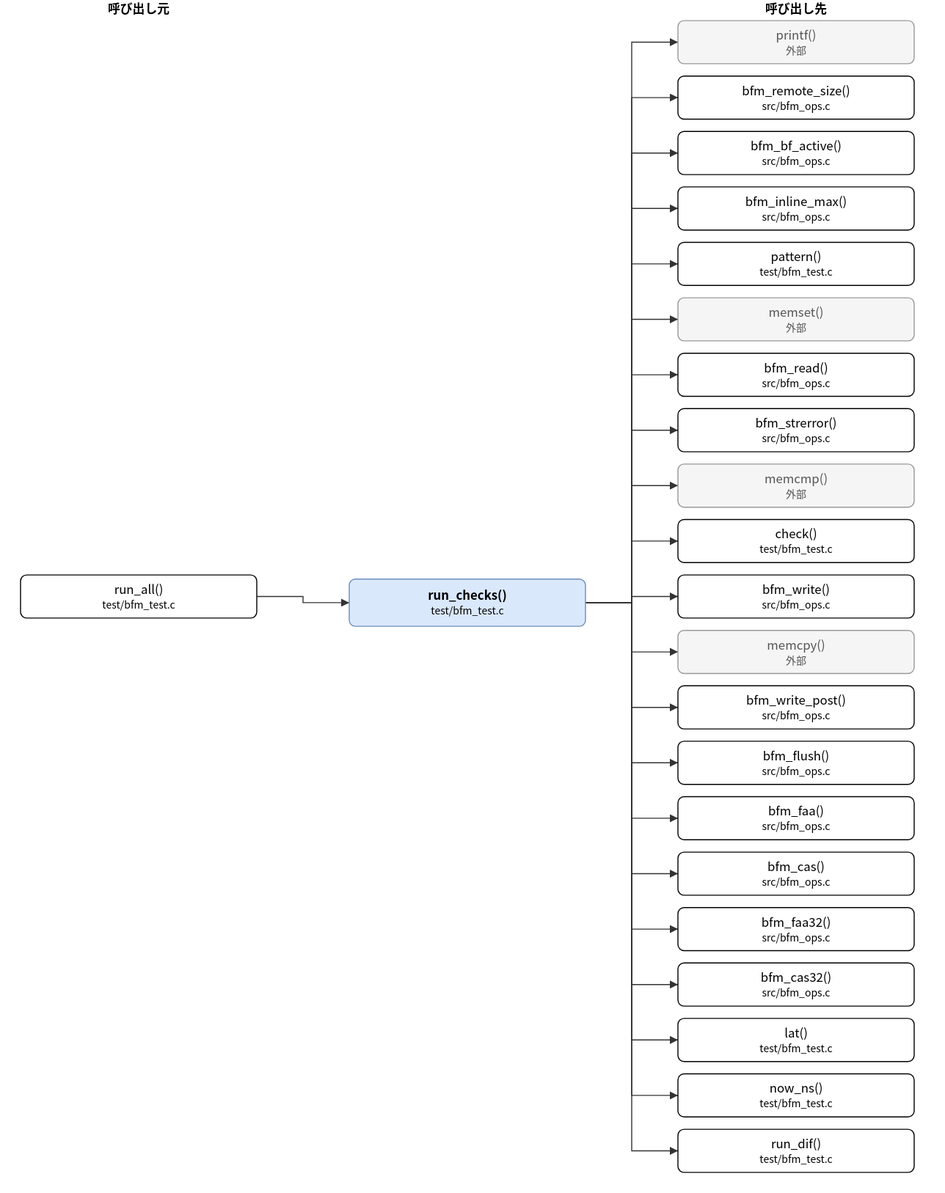
This is doc/spec/images/call_test_bfm_test-run_checks.drawio.svg from hf355051012-ai/bfmem, a draw.io export, as it was before one commit. Source tidied: cells renumbered, new cells last; positions are measured from the earlier drawing's top-left corner, leaving out a move shared by most shapes.
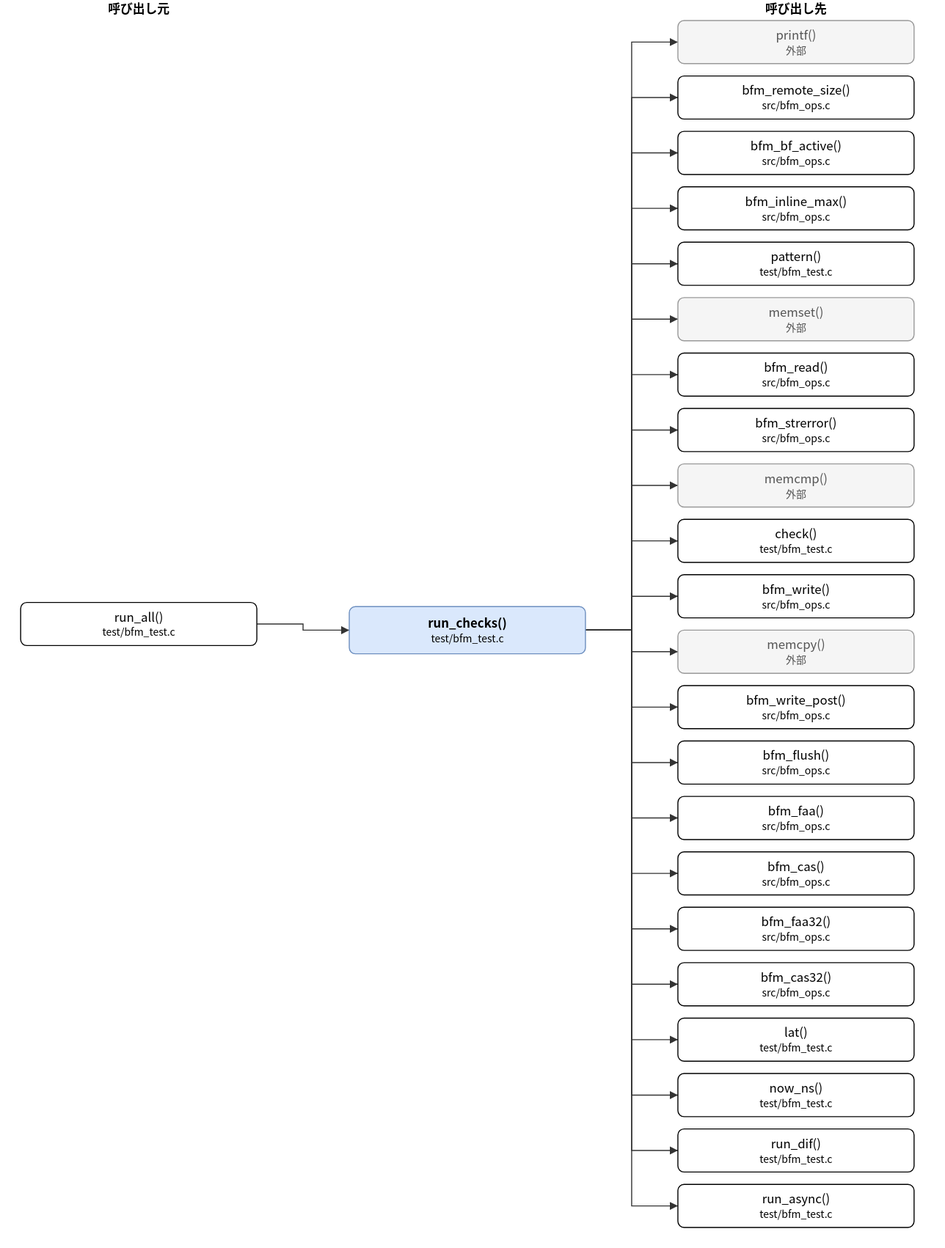
After the commit.

The edit, as a diff of the source:
```diff
@@ -3,10 +3,10 @@
     <mxCell id="0" />
     <mxCell id="1" parent="0" />
     <mxCell id="2" value="run_checks()&lt;br&gt;&lt;font style=&quot;font-size:10px&quot;&gt;test/bfm_test.c&lt;/font&gt;" style="rounded=1;whiteSpace=wrap;html=1;fillColor=#dae8fc;strokeColor=#6c8ebf;fontStyle=1;" parent="1" vertex="1">
-      <mxGeometry x="320" y="564" width="230" height="46" as="geometry" />
+      <mxGeometry x="320" y="591" width="230" height="46" as="geometry" />
     </mxCell>
     <mxCell id="3" value="run_all()&lt;br&gt;&lt;font style=&quot;font-size:10px&quot;&gt;test/bfm_test.c&lt;/font&gt;" style="rounded=1;whiteSpace=wrap;html=1;" parent="1" vertex="1">
-      <mxGeometry y="560" width="230" height="42" as="geometry" />
+      <mxGeometry y="587" width="230" height="42" as="geometry" />
     </mxCell>
     <mxCell id="4" value="printf()&lt;br&gt;&lt;font style=&quot;font-size:10px&quot;&gt;外部&lt;/font&gt;" style="rounded=1;whiteSpace=wrap;html=1;fillColor=#f5f5f5;strokeColor=#999999;fontColor=#555555;" parent="1" vertex="1">
       <mxGeometry x="640" y="20" width="230" height="42" as="geometry" />
@@ -71,18 +71,21 @@
     <mxCell id="24" value="run_dif()&lt;br&gt;&lt;font style=&quot;font-size:10px&quot;&gt;test/bfm_test.c&lt;/font&gt;" style="rounded=1;whiteSpace=wrap;html=1;" parent="1" vertex="1">
       <mxGeometry x="640" y="1100" width="230" height="42" as="geometry" />
     </mxCell>
+    <mxCell id="49" value="run_async()&lt;br&gt;&lt;font style=&quot;font-size:10px&quot;&gt;test/bfm_test.c&lt;/font&gt;" style="rounded=1;whiteSpace=wrap;html=1;" parent="1" vertex="1">
+      <mxGeometry x="640" y="1154" width="230" height="42" as="geometry" />
+    </mxCell>
     <mxCell id="25" style="edgeStyle=none;html=1;rounded=0;endArrow=block;endFill=1;exitX=1.0000;exitY=0.5000;exitDx=0;exitDy=0;exitPerimeter=0;entryX=0.0000;entryY=0.5000;entryDx=0;entryDy=0;entryPerimeter=0;" parent="1" edge="1" source="3" target="2">
       <mxGeometry relative="1" as="geometry">
         <Array as="points">
-          <mxPoint x="275" y="581" />
-          <mxPoint x="275" y="587" />
+          <mxPoint x="275" y="608" />
+          <mxPoint x="275" y="614" />
         </Array>
       </mxGeometry>
     </mxCell>
     <mxCell id="26" style="edgeStyle=none;html=1;rounded=0;endArrow=block;endFill=1;exitX=1.0000;exitY=0.5000;exitDx=0;exitDy=0;exitPerimeter=0;entryX=0.0000;entryY=0.5000;entryDx=0;entryDy=0;entryPerimeter=0;" parent="1" edge="1" source="2" target="4">
       <mxGeometry relative="1" as="geometry">
         <Array as="points">
-          <mxPoint x="595" y="587" />
+          <mxPoint x="595" y="614" />
           <mxPoint x="595" y="41" />
         </Array>
       </mxGeometry>
@@ -90,7 +93,7 @@
     <mxCell id="27" style="edgeStyle=none;html=1;rounded=0;endArrow=block;endFill=1;exitX=1.0000;exitY=0.5000;exitDx=0;exitDy=0;exitPerimeter=0;entryX=0.0000;entryY=0.5000;entryDx=0;entryDy=0;entryPerimeter=0;" parent="1" edge="1" source="2" target="5">
       <mxGeometry relative="1" as="geometry">
         <Array as="points">
-          <mxPoint x="595" y="587" />
+          <mxPoint x="595" y="614" />
           <mxPoint x="595" y="95" />
         </Array>
       </mxGeometry>
@@ -98,7 +101,7 @@
     <mxCell id="28" style="edgeStyle=none;html=1;rounded=0;endArrow=block;endFill=1;exitX=1.0000;exitY=0.5000;exitDx=0;exitDy=0;exitPerimeter=0;entryX=0.0000;entryY=0.5000;entryDx=0;entryDy=0;entryPerimeter=0;" parent="1" edge="1" source="2" target="6">
       <mxGeometry relative="1" as="geometry">
         <Array as="points">
-          <mxPoint x="595" y="587" />
+          <mxPoint x="595" y="614" />
           <mxPoint x="595" y="149" />
         </Array>
       </mxGeometry>
@@ -106,7 +109,7 @@
     <mxCell id="29" style="edgeStyle=none;html=1;rounded=0;endArrow=block;endFill=1;exitX=1.0000;exitY=0.5000;exitDx=0;exitDy=0;exitPerimeter=0;entryX=0.0000;entryY=0.5000;entryDx=0;entryDy=0;entryPerimeter=0;" parent="1" edge="1" source="2" target="7">
       <mxGeometry relative="1" as="geometry">
         <Array as="points">
-          <mxPoint x="595" y="587" />
+          <mxPoint x="595" y="614" />
           <mxPoint x="595" y="203" />
         </Array>
       </mxGeometry>
@@ -114,7 +117,7 @@
     <mxCell id="30" style="edgeStyle=none;html=1;rounded=0;endArrow=block;endFill=1;exitX=1.0000;exitY=0.5000;exitDx=0;exitDy=0;exitPerimeter=0;entryX=0.0000;entryY=0.5000;entryDx=0;entryDy=0;entryPerimeter=0;" parent="1" edge="1" source="2" target="8">
       <mxGeometry relative="1" as="geometry">
         <Array as="points">
-          <mxPoint x="595" y="587" />
+          <mxPoint x="595" y="614" />
           <mxPoint x="595" y="257" />
         </Array>
       </mxGeometry>
@@ -122,7 +125,7 @@
     <mxCell id="31" style="edgeStyle=none;html=1;rounded=0;endArrow=block;endFill=1;exitX=1.0000;exitY=0.5000;exitDx=0;exitDy=0;exitPerimeter=0;entryX=0.0000;entryY=0.5000;entryDx=0;entryDy=0;entryPerimeter=0;" parent="1" edge="1" source="2" target="9">
       <mxGeometry relative="1" as="geometry">
         <Array as="points">
-          <mxPoint x="595" y="587" />
+          <mxPoint x="595" y="614" />
           <mxPoint x="595" y="311" />
         </Array>
       </mxGeometry>
@@ -130,7 +133,7 @@
     <mxCell id="32" style="edgeStyle=none;html=1;rounded=0;endArrow=block;endFill=1;exitX=1.0000;exitY=0.5000;exitDx=0;exitDy=0;exitPerimeter=0;entryX=0.0000;entryY=0.5000;entryDx=0;entryDy=0;entryPerimeter=0;" parent="1" edge="1" source="2" target="10">
       <mxGeometry relative="1" as="geometry">
         <Array as="points">
-          <mxPoint x="595" y="587" />
+          <mxPoint x="595" y="614" />
           <mxPoint x="595" y="365" />
         </Array>
       </mxGeometry>
@@ -138,7 +141,7 @@
     <mxCell id="33" style="edgeStyle=none;html=1;rounded=0;endArrow=block;endFill=1;exitX=1.0000;exitY=0.5000;exitDx=0;exitDy=0;exitPerimeter=0;entryX=0.0000;entryY=0.5000;entryDx=0;entryDy=0;entryPerimeter=0;" parent="1" edge="1" source="2" target="11">
       <mxGeometry relative="1" as="geometry">
         <Array as="points">
-          <mxPoint x="595" y="587" />
+          <mxPoint x="595" y="614" />
           <mxPoint x="595" y="419" />
         </Array>
       </mxGeometry>
@@ -146,7 +149,7 @@
     <mxCell id="34" style="edgeStyle=none;html=1;rounded=0;endArrow=block;endFill=1;exitX=1.0000;exitY=0.5000;exitDx=0;exitDy=0;exitPerimeter=0;entryX=0.0000;entryY=0.5000;entryDx=0;entryDy=0;entryPerimeter=0;" parent="1" edge="1" source="2" target="12">
       <mxGeometry relative="1" as="geometry">
         <Array as="points">
-          <mxPoint x="595" y="587" />
+          <mxPoint x="595" y="614" />
           <mxPoint x="595" y="473" />
         </Array>
       </mxGeometry>
@@ -154,7 +157,7 @@
     <mxCell id="35" style="edgeStyle=none;html=1;rounded=0;endArrow=block;endFill=1;exitX=1.0000;exitY=0.5000;exitDx=0;exitDy=0;exitPerimeter=0;entryX=0.0000;entryY=0.5000;entryDx=0;entryDy=0;entryPerimeter=0;" parent="1" edge="1" source="2" target="13">
       <mxGeometry relative="1" as="geometry">
         <Array as="points">
-          <mxPoint x="595" y="587" />
+          <mxPoint x="595" y="614" />
           <mxPoint x="595" y="527" />
         </Array>
       </mxGeometry>
@@ -162,7 +165,7 @@
     <mxCell id="36" style="edgeStyle=none;html=1;rounded=0;endArrow=block;endFill=1;exitX=1.0000;exitY=0.5000;exitDx=0;exitDy=0;exitPerimeter=0;entryX=0.0000;entryY=0.5000;entryDx=0;entryDy=0;entryPerimeter=0;" parent="1" edge="1" source="2" target="14">
       <mxGeometry relative="1" as="geometry">
         <Array as="points">
-          <mxPoint x="595" y="587" />
+          <mxPoint x="595" y="614" />
           <mxPoint x="595" y="581" />
         </Array>
       </mxGeometry>
@@ -170,7 +173,7 @@
     <mxCell id="37" style="edgeStyle=none;html=1;rounded=0;endArrow=block;endFill=1;exitX=1.0000;exitY=0.5000;exitDx=0;exitDy=0;exitPerimeter=0;entryX=0.0000;entryY=0.5000;entryDx=0;entryDy=0;entryPerimeter=0;" parent="1" edge="1" source="2" target="15">
       <mxGeometry relative="1" as="geometry">
         <Array as="points">
-          <mxPoint x="595" y="587" />
+          <mxPoint x="595" y="614" />
           <mxPoint x="595" y="635" />
         </Array>
       </mxGeometry>
@@ -178,7 +181,7 @@
     <mxCell id="38" style="edgeStyle=none;html=1;rounded=0;endArrow=block;endFill=1;exitX=1.0000;exitY=0.5000;exitDx=0;exitDy=0;exitPerimeter=0;entryX=0.0000;entryY=0.5000;entryDx=0;entryDy=0;entryPerimeter=0;" parent="1" edge="1" source="2" target="16">
       <mxGeometry relative="1" as="geometry">
         <Array as="points">
-          <mxPoint x="595" y="587" />
+          <mxPoint x="595" y="614" />
           <mxPoint x="595" y="689" />
         </Array>
       </mxGeometry>
@@ -186,7 +189,7 @@
     <mxCell id="39" style="edgeStyle=none;html=1;rounded=0;endArrow=block;endFill=1;exitX=1.0000;exitY=0.5000;exitDx=0;exitDy=0;exitPerimeter=0;entryX=0.0000;entryY=0.5000;entryDx=0;entryDy=0;entryPerimeter=0;" parent="1" edge="1" source="2" target="17">
       <mxGeometry relative="1" as="geometry">
         <Array as="points">
-          <mxPoint x="595" y="587" />
+          <mxPoint x="595" y="614" />
           <mxPoint x="595" y="743" />
         </Array>
       </mxGeometry>
@@ -194,7 +197,7 @@
     <mxCell id="40" style="edgeStyle=none;html=1;rounded=0;endArrow=block;endFill=1;exitX=1.0000;exitY=0.5000;exitDx=0;exitDy=0;exitPerimeter=0;entryX=0.0000;entryY=0.5000;entryDx=0;entryDy=0;entryPerimeter=0;" parent="1" edge="1" source="2" target="18">
       <mxGeometry relative="1" as="geometry">
         <Array as="points">
-          <mxPoint x="595" y="587" />
+          <mxPoint x="595" y="614" />
           <mxPoint x="595" y="797" />
         </Array>
       </mxGeometry>
@@ -202,7 +205,7 @@
     <mxCell id="41" style="edgeStyle=none;html=1;rounded=0;endArrow=block;endFill=1;exitX=1.0000;exitY=0.5000;exitDx=0;exitDy=0;exitPerimeter=0;entryX=0.0000;entryY=0.5000;entryDx=0;entryDy=0;entryPerimeter=0;" parent="1" edge="1" source="2" target="19">
       <mxGeometry relative="1" as="geometry">
         <Array as="points">
-          <mxPoint x="595" y="587" />
+          <mxPoint x="595" y="614" />
           <mxPoint x="595" y="851" />
         </Array>
       </mxGeometry>
@@ -210,7 +213,7 @@
     <mxCell id="42" style="edgeStyle=none;html=1;rounded=0;endArrow=block;endFill=1;exitX=1.0000;exitY=0.5000;exitDx=0;exitDy=0;exitPerimeter=0;entryX=0.0000;entryY=0.5000;entryDx=0;entryDy=0;entryPerimeter=0;" parent="1" edge="1" source="2" target="20">
       <mxGeometry relative="1" as="geometry">
         <Array as="points">
-          <mxPoint x="595" y="587" />
+          <mxPoint x="595" y="614" />
           <mxPoint x="595" y="905" />
         </Array>
       </mxGeometry>
@@ -218,7 +221,7 @@
     <mxCell id="43" style="edgeStyle=none;html=1;rounded=0;endArrow=block;endFill=1;exitX=1.0000;exitY=0.5000;exitDx=0;exitDy=0;exitPerimeter=0;entryX=0.0000;entryY=0.5000;entryDx=0;entryDy=0;entryPerimeter=0;" parent="1" edge="1" source="2" target="21">
       <mxGeometry relative="1" as="geometry">
         <Array as="points">
-          <mxPoint x="595" y="587" />
+          <mxPoint x="595" y="614" />
           <mxPoint x="595" y="959" />
         </Array>
       </mxGeometry>
@@ -226,7 +229,7 @@
     <mxCell id="44" style="edgeStyle=none;html=1;rounded=0;endArrow=block;endFill=1;exitX=1.0000;exitY=0.5000;exitDx=0;exitDy=0;exitPerimeter=0;entryX=0.0000;entryY=0.5000;entryDx=0;entryDy=0;entryPerimeter=0;" parent="1" edge="1" source="2" target="22">
       <mxGeometry relative="1" as="geometry">
         <Array as="points">
-          <mxPoint x="595" y="587" />
+          <mxPoint x="595" y="614" />
           <mxPoint x="595" y="1013" />
         </Array>
       </mxGeometry>
@@ -234,7 +237,7 @@
     <mxCell id="45" style="edgeStyle=none;html=1;rounded=0;endArrow=block;endFill=1;exitX=1.0000;exitY=0.5000;exitDx=0;exitDy=0;exitPerimeter=0;entryX=0.0000;entryY=0.5000;entryDx=0;entryDy=0;entryPerimeter=0;" parent="1" edge="1" source="2" target="23">
       <mxGeometry relative="1" as="geometry">
         <Array as="points">
-          <mxPoint x="595" y="587" />
+          <mxPoint x="595" y="614" />
           <mxPoint x="595" y="1067" />
         </Array>
       </mxGeometry>
@@ -242,11 +245,19 @@
     <mxCell id="46" style="edgeStyle=none;html=1;rounded=0;endArrow=block;endFill=1;exitX=1.0000;exitY=0.5000;exitDx=0;exitDy=0;exitPerimeter=0;entryX=0.0000;entryY=0.5000;entryDx=0;entryDy=0;entryPerimeter=0;" parent="1" edge="1" source="2" target="24">
       <mxGeometry relative="1" as="geometry">
         <Array as="points">
-          <mxPoint x="595" y="587" />
+          <mxPoint x="595" y="614" />
           <mxPoint x="595" y="1121" />
         </Array>
       </mxGeometry>
     </mxCell>
+    <mxCell id="50" style="edgeStyle=none;html=1;rounded=0;endArrow=block;endFill=1;exitX=1.0000;exitY=0.5000;exitDx=0;exitDy=0;exitPerimeter=0;entryX=0.0000;entryY=0.5000;entryDx=0;entryDy=0;entryPerimeter=0;" parent="1" edge="1" source="2" target="49">
+      <mxGeometry relative="1" as="geometry">
+        <Array as="points">
+          <mxPoint x="595" y="614" />
+          <mxPoint x="595" y="1175" />
+        </Array>
+      </mxGeometry>
+    </mxCell>
     <mxCell id="47" value="呼び出し元" style="text;html=1;align=center;fontStyle=1;" parent="1" vertex="1">
       <mxGeometry x="35" width="160" height="18" as="geometry" />
     </mxCell>
```
